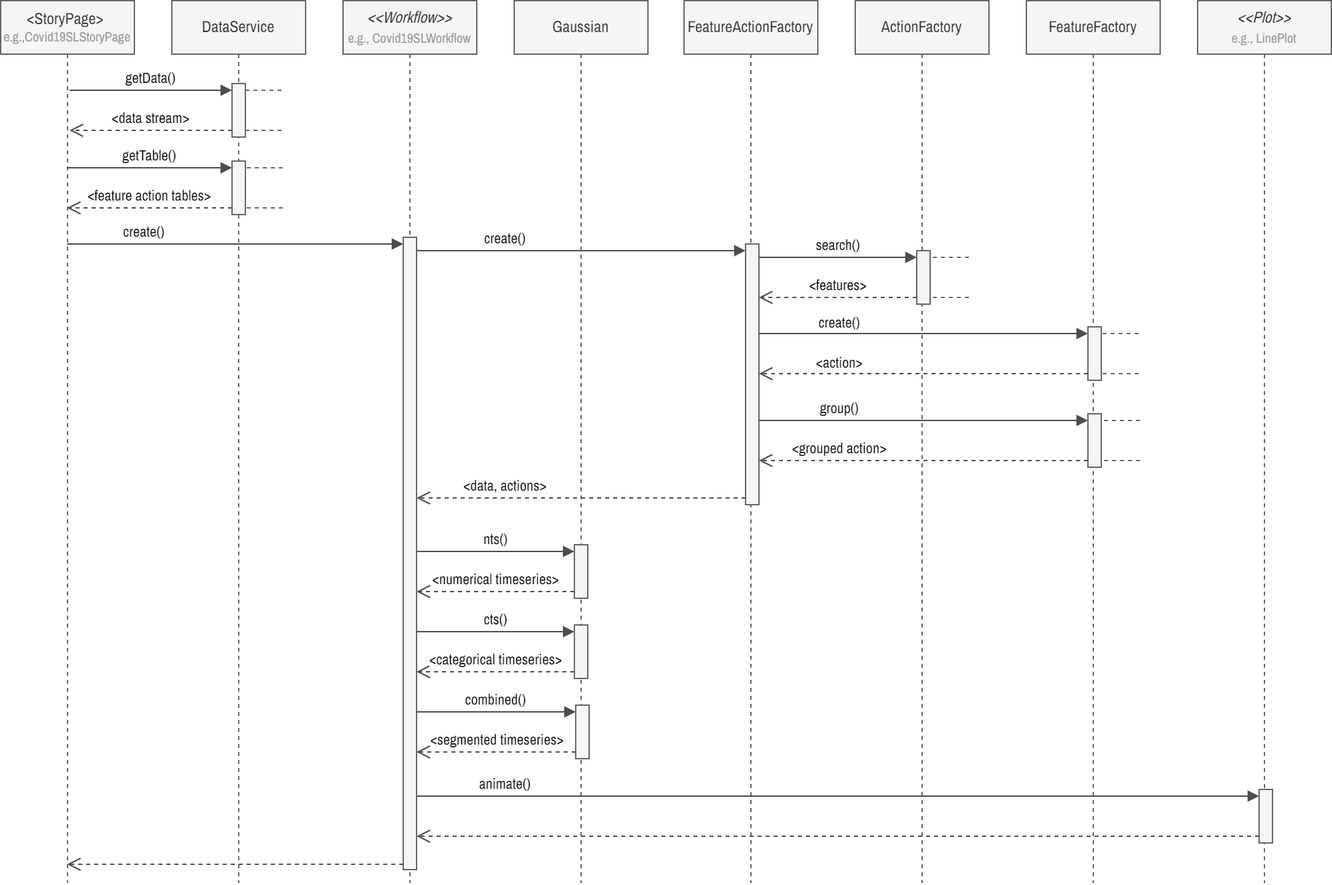
Before: public/static/doc/sequence-diagram.png, a diagram exported from draw.io (saifulkhan/storytelling-vis). Source tidied: cells renumbered, new cells last; positions are measured from the earlier drawing's top-left corner, leaving out a move shared by most shapes.
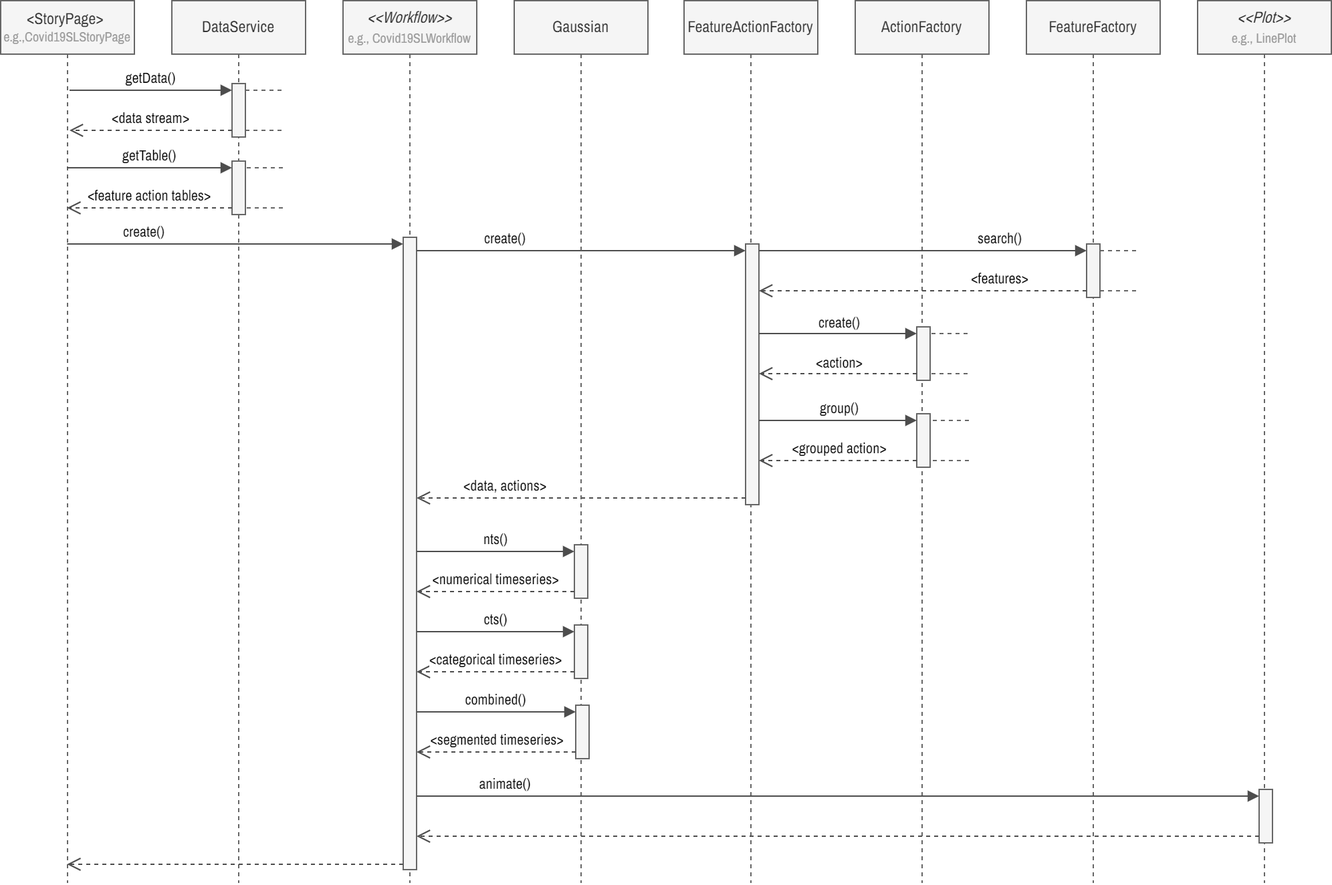
The same diagram one commit later.

Diff of the diagram source:
```diff
@@ -20,40 +20,40 @@
     <mxCell id="7" value="&lt;font&gt;&lt;span&gt;ActionFactory&lt;/span&gt;&lt;/font&gt;" style="shape=umlLifeline;perimeter=lifelinePerimeter;whiteSpace=wrap;html=1;newEdgeStyle={&quot;curved&quot;:0,&quot;rounded&quot;:0};fontFamily=Archivo Narrow;fontSource=https%3A%2F%2Ffonts.googleapis.com%2Fcss%3Ffamily%3DArchivo%2BNarrow;fillColor=#f5f5f5;fontColor=#333333;strokeColor=#666666;fontStyle=0;" parent="1" vertex="1">
       <mxGeometry x="639" width="100" height="660" as="geometry" />
     </mxCell>
-    <mxCell id="8" style="html=1;points=[[0,0,0,0,5],[0,1,0,0,-5],[1,0,0,0,5],[1,1,0,0,-5]];perimeter=orthogonalPerimeter;outlineConnect=0;targetShapes=umlLifeline;portConstraint=eastwest;newEdgeStyle={&quot;curved&quot;:0,&quot;rounded&quot;:0};fontFamily=Archivo Narrow;fontSource=https%3A%2F%2Ffonts.googleapis.com%2Fcss%3Ffamily%3DArchivo%2BNarrow;fillColor=#f5f5f5;fontColor=#333333;strokeColor=#666666;" parent="7" vertex="1">
-      <mxGeometry x="46" y="187" width="10" height="40" as="geometry" />
-    </mxCell>
     <mxCell id="9" value="&lt;font&gt;&lt;span&gt;FeatureFactory&lt;/span&gt;&lt;/font&gt;" style="shape=umlLifeline;perimeter=lifelinePerimeter;whiteSpace=wrap;html=1;newEdgeStyle={&quot;curved&quot;:0,&quot;rounded&quot;:0};fontFamily=Archivo Narrow;fontSource=https%3A%2F%2Ffonts.googleapis.com%2Fcss%3Ffamily%3DArchivo%2BNarrow;fillColor=#f5f5f5;fontColor=#333333;strokeColor=#666666;fontStyle=0;" parent="1" vertex="1">
       <mxGeometry x="767" width="100" height="660" as="geometry" />
     </mxCell>
     <mxCell id="10" style="html=1;points=[[0,0,0,0,5],[0,1,0,0,-5],[1,0,0,0,5],[1,1,0,0,-5]];perimeter=orthogonalPerimeter;outlineConnect=0;targetShapes=umlLifeline;portConstraint=eastwest;newEdgeStyle={&quot;curved&quot;:0,&quot;rounded&quot;:0};fontFamily=Archivo Narrow;fontSource=https%3A%2F%2Ffonts.googleapis.com%2Fcss%3Ffamily%3DArchivo%2BNarrow;fillColor=#f5f5f5;fontColor=#333333;strokeColor=#666666;" parent="9" vertex="1">
-      <mxGeometry x="46" y="244" width="10" height="40" as="geometry" />
+      <mxGeometry x="-82" y="244" width="10" height="40" as="geometry" />
     </mxCell>
     <mxCell id="11" style="html=1;points=[[0,0,0,0,5],[0,1,0,0,-5],[1,0,0,0,5],[1,1,0,0,-5]];perimeter=orthogonalPerimeter;outlineConnect=0;targetShapes=umlLifeline;portConstraint=eastwest;newEdgeStyle={&quot;curved&quot;:0,&quot;rounded&quot;:0};fontFamily=Archivo Narrow;fontSource=https%3A%2F%2Ffonts.googleapis.com%2Fcss%3Ffamily%3DArchivo%2BNarrow;fillColor=#f5f5f5;fontColor=#333333;strokeColor=#666666;" parent="9" vertex="1">
-      <mxGeometry x="46" y="309" width="10" height="40" as="geometry" />
+      <mxGeometry x="-82" y="309" width="10" height="40" as="geometry" />
     </mxCell>
+    <mxCell id="8" style="html=1;points=[[0,0,0,0,5],[0,1,0,0,-5],[1,0,0,0,5],[1,1,0,0,-5]];perimeter=orthogonalPerimeter;outlineConnect=0;targetShapes=umlLifeline;portConstraint=eastwest;newEdgeStyle={&quot;curved&quot;:0,&quot;rounded&quot;:0};fontFamily=Archivo Narrow;fontSource=https%3A%2F%2Ffonts.googleapis.com%2Fcss%3Ffamily%3DArchivo%2BNarrow;fillColor=#f5f5f5;fontColor=#333333;strokeColor=#666666;" parent="9" vertex="1">
+      <mxGeometry x="45" y="182" width="10" height="40" as="geometry" />
+    </mxCell>
     <mxCell id="12" value="create()" style="html=1;verticalAlign=bottom;endArrow=block;curved=0;rounded=0;entryX=0;entryY=0;entryDx=0;entryDy=5;fontFamily=Archivo Narrow;fontSource=https%3A%2F%2Ffonts.googleapis.com%2Fcss%3Ffamily%3DArchivo%2BNarrow;strokeColor=#4D4D4D;" parent="1" edge="1" target="4">
       <mxGeometry x="-0.54" relative="1" as="geometry">
         <mxPoint x="49.7" y="182" as="sourcePoint" />
       </mxGeometry>
     </mxCell>
     <mxCell id="13" value="search()" style="html=1;verticalAlign=bottom;endArrow=block;curved=0;rounded=0;entryX=0;entryY=0;entryDx=0;entryDy=5;fontFamily=Archivo Narrow;fontSource=https%3A%2F%2Ffonts.googleapis.com%2Fcss%3Ffamily%3DArchivo%2BNarrow;strokeColor=#4D4D4D;" parent="1" edge="1" source="6" target="8">
-      <mxGeometry relative="1" as="geometry" />
+      <mxGeometry x="0.47" relative="1" as="geometry" />
     </mxCell>
     <mxCell id="14" value="&amp;lt;features&amp;gt;" style="html=1;verticalAlign=bottom;endArrow=open;dashed=1;endSize=8;curved=0;rounded=0;exitX=0;exitY=1;exitDx=0;exitDy=-5;fontFamily=Archivo Narrow;fontSource=https%3A%2F%2Ffonts.googleapis.com%2Fcss%3Ffamily%3DArchivo%2BNarrow;strokeColor=#4D4D4D;" parent="1" edge="1" source="8" target="6">
-      <mxGeometry relative="1" as="geometry" />
+      <mxGeometry x="-0.47" relative="1" as="geometry" />
     </mxCell>
     <mxCell id="15" value="create()" style="html=1;verticalAlign=bottom;endArrow=block;curved=0;rounded=0;entryX=0;entryY=0;entryDx=0;entryDy=5;fontFamily=Archivo Narrow;fontSource=https%3A%2F%2Ffonts.googleapis.com%2Fcss%3Ffamily%3DArchivo%2BNarrow;strokeColor=#4D4D4D;" parent="1" edge="1" source="6" target="10">
-      <mxGeometry x="-0.51" y="-1" relative="1" as="geometry" />
+      <mxGeometry x="0.02" y="-1" relative="1" as="geometry" />
     </mxCell>
     <mxCell id="16" value="&amp;lt;action&amp;gt;" style="html=1;verticalAlign=bottom;endArrow=open;dashed=1;endSize=8;curved=0;rounded=0;exitX=0;exitY=1;exitDx=0;exitDy=-5;fontFamily=Archivo Narrow;fontSource=https%3A%2F%2Ffonts.googleapis.com%2Fcss%3Ffamily%3DArchivo%2BNarrow;strokeColor=#4D4D4D;" parent="1" edge="1" source="10" target="6">
-      <mxGeometry x="0.51" y="1" relative="1" as="geometry" />
+      <mxGeometry x="-0.02" y="1" relative="1" as="geometry" />
     </mxCell>
     <mxCell id="17" value="group()" style="html=1;verticalAlign=bottom;endArrow=block;curved=0;rounded=0;entryX=0;entryY=0;entryDx=0;entryDy=5;fontFamily=Archivo Narrow;fontSource=https%3A%2F%2Ffonts.googleapis.com%2Fcss%3Ffamily%3DArchivo%2BNarrow;strokeColor=#4D4D4D;" parent="1" edge="1" source="6" target="11">
-      <mxGeometry x="-0.51" relative="1" as="geometry" />
+      <mxGeometry x="0.02" relative="1" as="geometry" />
     </mxCell>
     <mxCell id="18" value="&amp;lt;grouped action&amp;gt;" style="html=1;verticalAlign=bottom;endArrow=open;dashed=1;endSize=8;curved=0;rounded=0;exitX=0;exitY=1;exitDx=0;exitDy=-5;fontFamily=Archivo Narrow;fontSource=https%3A%2F%2Ffonts.googleapis.com%2Fcss%3Ffamily%3DArchivo%2BNarrow;strokeColor=#4D4D4D;" parent="1" edge="1" source="11" target="6">
-      <mxGeometry x="0.51" relative="1" as="geometry" />
+      <mxGeometry x="-0.02" relative="1" as="geometry" />
     </mxCell>
     <mxCell id="19" value="&amp;lt;data, actions&amp;gt;" style="html=1;verticalAlign=bottom;endArrow=open;dashed=1;endSize=8;curved=0;rounded=0;exitX=0;exitY=1;exitDx=0;exitDy=-5;fontFamily=Archivo Narrow;fontSource=https%3A%2F%2Ffonts.googleapis.com%2Fcss%3Ffamily%3DArchivo%2BNarrow;strokeColor=#4D4D4D;" parent="1" edge="1" source="6" target="4">
       <mxGeometry x="0.46" relative="1" as="geometry" />
@@ -140,38 +140,38 @@
     </mxCell>
     <mxCell id="43" style="endArrow=none;dashed=1;html=1;rounded=0;strokeColor=#666666;" parent="1" edge="1">
       <mxGeometry relative="1" as="geometry">
-        <mxPoint x="697" y="192" as="sourcePoint" />
-        <mxPoint x="727" y="192" as="targetPoint" />
+        <mxPoint x="822" y="187" as="sourcePoint" />
+        <mxPoint x="852" y="187" as="targetPoint" />
       </mxGeometry>
     </mxCell>
     <mxCell id="44" style="endArrow=none;dashed=1;html=1;rounded=0;strokeColor=#666666;" parent="1" edge="1">
       <mxGeometry relative="1" as="geometry">
-        <mxPoint x="697" y="222" as="sourcePoint" />
-        <mxPoint x="727" y="222" as="targetPoint" />
+        <mxPoint x="822" y="217" as="sourcePoint" />
+        <mxPoint x="852" y="217" as="targetPoint" />
       </mxGeometry>
     </mxCell>
     <mxCell id="45" style="endArrow=none;dashed=1;html=1;rounded=0;strokeColor=#666666;" parent="1" edge="1">
       <mxGeometry relative="1" as="geometry">
-        <mxPoint x="824" y="249" as="sourcePoint" />
-        <mxPoint x="854" y="249" as="targetPoint" />
+        <mxPoint x="696" y="249" as="sourcePoint" />
+        <mxPoint x="726" y="249" as="targetPoint" />
       </mxGeometry>
     </mxCell>
     <mxCell id="46" style="endArrow=none;dashed=1;html=1;rounded=0;strokeColor=#666666;" parent="1" edge="1">
       <mxGeometry relative="1" as="geometry">
-        <mxPoint x="824" y="279" as="sourcePoint" />
-        <mxPoint x="854" y="279" as="targetPoint" />
+        <mxPoint x="696" y="279" as="sourcePoint" />
+        <mxPoint x="726" y="279" as="targetPoint" />
       </mxGeometry>
     </mxCell>
     <mxCell id="47" style="endArrow=none;dashed=1;html=1;rounded=0;strokeColor=#666666;" parent="1" edge="1">
       <mxGeometry relative="1" as="geometry">
-        <mxPoint x="825" y="314" as="sourcePoint" />
-        <mxPoint x="855" y="314" as="targetPoint" />
+        <mxPoint x="697" y="314" as="sourcePoint" />
+        <mxPoint x="727" y="314" as="targetPoint" />
       </mxGeometry>
     </mxCell>
     <mxCell id="48" style="endArrow=none;dashed=1;html=1;rounded=0;strokeColor=#666666;" parent="1" edge="1">
       <mxGeometry relative="1" as="geometry">
-        <mxPoint x="825" y="344" as="sourcePoint" />
-        <mxPoint x="855" y="344" as="targetPoint" />
+        <mxPoint x="697" y="344" as="sourcePoint" />
+        <mxPoint x="727" y="344" as="targetPoint" />
       </mxGeometry>
     </mxCell>
     <mxCell id="49" style="endArrow=none;dashed=1;html=1;rounded=0;strokeColor=#666666;" parent="1" edge="1">
```
